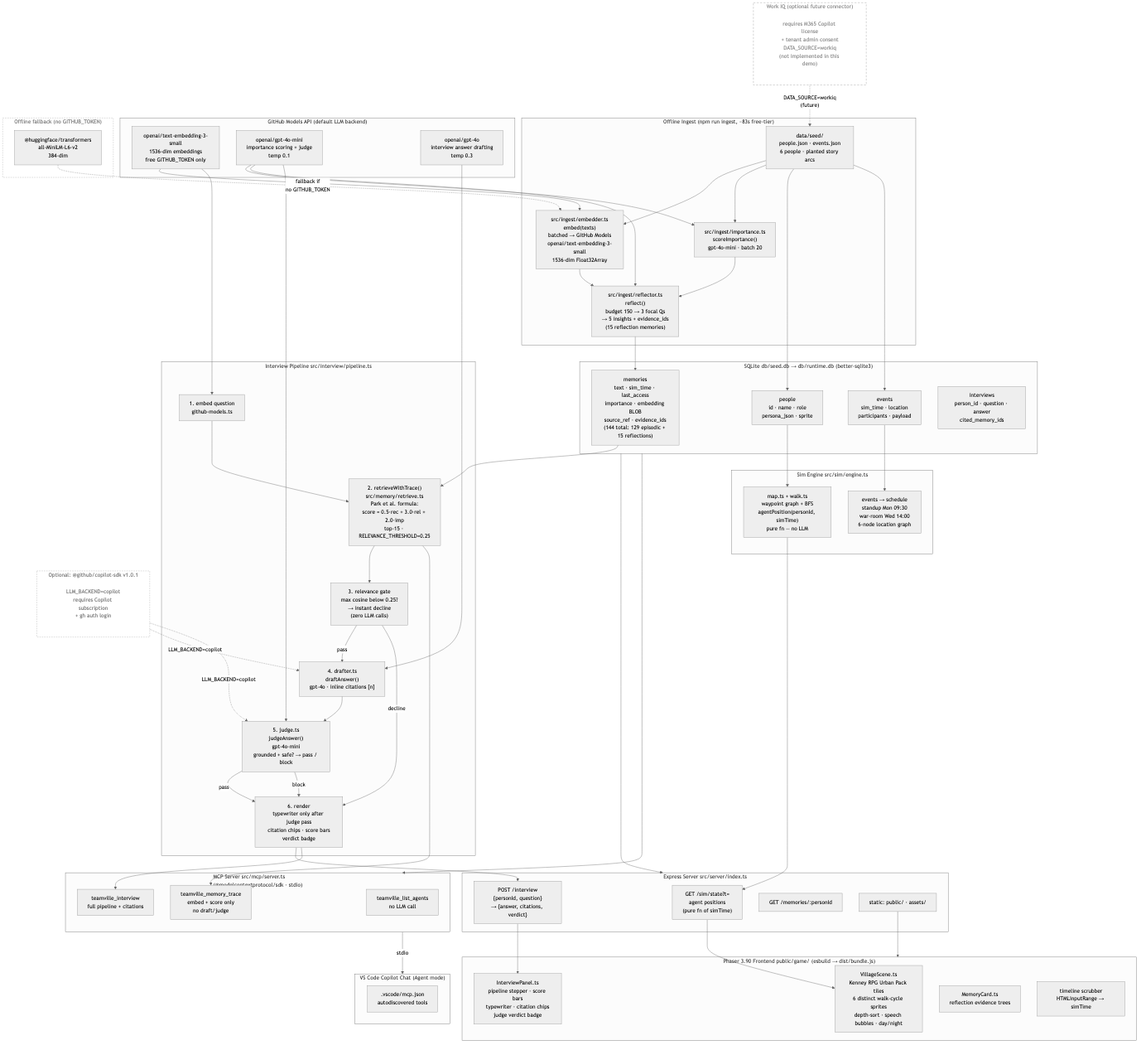
This is docs/architecture.png from ddevilz/teamville, a Mermaid export, as it was before one commit. Its source is kept beside it as docs/architecture.mmd.
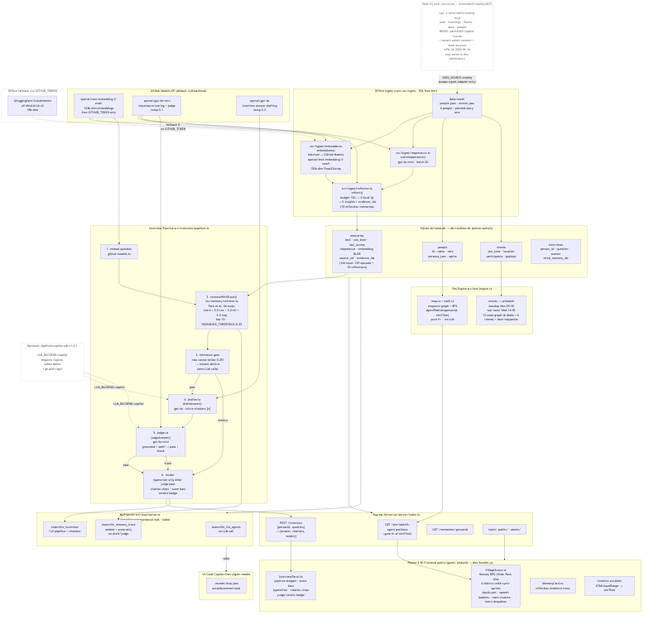
After the commit.

Diff of the diagram source:
```diff
@@ -76,7 +76,7 @@
     subgraph SIM_ENGINE["Sim Engine  src/sim/engine.ts"]
         direction TB
         MAP_BFS["map.ts + walk.ts\nwaypoint graph + BFS\nagentPosition(personId, simTime)\npure fn — no LLM"]
-        EVENTS_SIM["events → schedule\nstandup Mon 09:30\nwar-room Wed 14:00\n6-node location graph"]
+        EVENTS_SIM["events → schedule\nstandup Mon 09:30\nwar-room Wed 14:00\n12-node graph (6 desks + 6 rooms) + door waypoints"]
     end
 
     EVENTS_TBL --> EVENTS_SIM
@@ -85,7 +85,7 @@
 
     subgraph FRONTEND["Phaser 3.90 Frontend  public/game/  (esbuild → dist/bundle.js)"]
         direction TB
-        VILLAGE_SCENE["VillageScene.ts\nKenney RPG Urban Pack tiles\n6 distinct walk-cycle sprites\ndepth-sort · speech bubbles · day/night"]
+        VILLAGE_SCENE["VillageScene.ts\nKenney RPG Urban Pack tiles\n6 distinct walk-cycle sprites\ndepth-sort · speech bubbles · room clusters · event dropdown"]
         INTERVIEW_PANEL["InterviewPanel.ts\npipeline stepper · score bars\ntypewriter · citation chips\njudge verdict badge"]
         MEMORY_CARD["MemoryCard.ts\nreflection evidence trees"]
         SCRUBBER["timeline scrubber\nHTMLInputRange → simTime"]
@@ -119,11 +119,11 @@
     COPILOT_SDK -. "LLM_BACKEND=copilot" .-> DRAFTER
     COPILOT_SDK -. "LLM_BACKEND=copilot" .-> JUDGE
 
-    subgraph WORKIQ["Work IQ  (optional future connector)"]
-        WIQ_NOTE["requires M365 Copilot license\n+ tenant admin consent\nDATA_SOURCE=workiq\n(not implemented in this demo)"]
+    subgraph WORKIQ["Work IQ  (real connector — @microsoft/workiq MCP)"]
+        WIQ_NOTE["npx -y @microsoft/workiq mcp\nmail · meetings · Teams · docs · people\nNEEDS: paid M365 Copilot license\n+ tenant admin consent + work account\nAPIs GA 2026-06-16\n(not wired in this submission)"]
     end
 
-    WORKIQ -. "DATA_SOURCE=workiq\n(future)" .-> SEED_JSON
+    WORKIQ -. "DATA_SOURCE=workiq\n(swaps ingest adapter only)" .-> SEED_JSON
 
     style WORKIQ fill:none,stroke:#999,stroke-dasharray: 6 4,color:#999
     style WIQ_NOTE fill:none,stroke:none,color:#999
```
